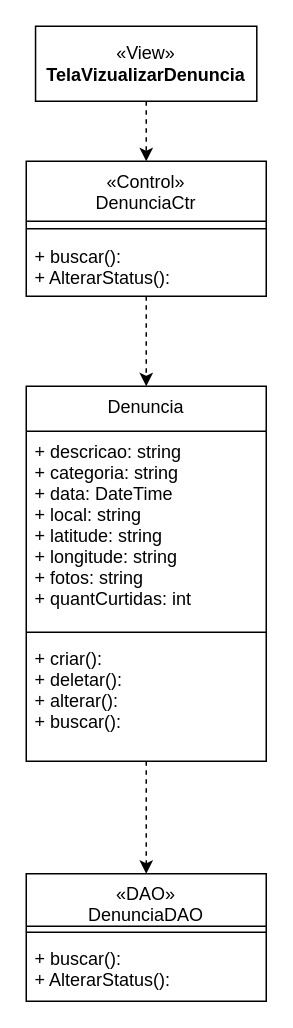
This is Documentação/Diagramas/Diagramas de Casos de Uso/Diagrama de Caso de Uso Alterar Status.drawio from frsouzaa/Documentacao-TCC-NossaVia, a draw.io file, before an edit. Source tidied: cells renumbered, new cells numbered last; positions are measured from the earlier drawing's top-left corner, leaving out a move shared by most shapes. Both pictures are drawn from the tidied source at 150%, with x=0, y=0 at pixel (26, 26).
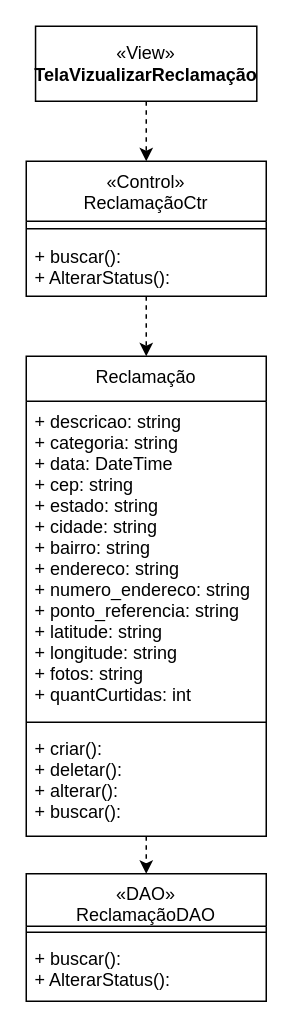
After the change.

What changed in the source:
```diff
@@
 <mxGraphModel>
   <root>
     <mxCell id="0" />
     <mxCell id="1" parent="0" />
-    <mxCell id="2" value="Denuncia" style="swimlane;fontStyle=0;align=center;verticalAlign=top;horizontal=1;startSize=30;rounded=0;shadow=0;strokeWidth=1;" parent="1" vertex="1">
-      <mxGeometry y="240" width="160" height="250" as="geometry" />
+    <mxCell id="2" value="Reclamação" style="swimlane;fontStyle=0;align=center;verticalAlign=top;horizontal=1;startSize=30;rounded=0;shadow=0;strokeWidth=1;" parent="1" vertex="1">
+      <mxGeometry y="220" width="160" height="320" as="geometry" />
     </mxCell>
-    <mxCell id="3" value="+ descricao: string&#10;+ categoria: string&#10;+ data: DateTime&#10;+ local: string&#10;+ latitude: string&#10;+ longitude: string&#10;+ fotos: string&#10;+ quantCurtidas: int" style="text;align=left;verticalAlign=top;spacingLeft=4;spacingRight=4;overflow=hidden;" parent="2" vertex="1">
-      <mxGeometry y="30" width="160" height="130" as="geometry" />
+    <mxCell id="3" value="+ descricao: string&#10;+ categoria: string&#10;+ data: DateTime&#10;+ cep: string&#10;+ estado: string&#10;+ cidade: string&#10;+ bairro: string&#10;+ endereco: string&#10;+ numero_endereco: string&#10;+ ponto_referencia: string&#10;+ latitude: string&#10;+ longitude: string&#10;+ fotos: string&#10;+ quantCurtidas: int" style="text;align=left;verticalAlign=top;spacingLeft=4;spacingRight=4;overflow=hidden;" parent="2" vertex="1">
+      <mxGeometry y="30" width="160" height="210" as="geometry" />
     </mxCell>
     <mxCell id="4" style="line;html=1;strokeWidth=1;align=left;verticalAlign=middle;spacingTop=-1;spacingLeft=3;spacingRight=3;labelPosition=right;" parent="2" vertex="1">
-      <mxGeometry y="160" width="160" height="8" as="geometry" />
+      <mxGeometry y="240" width="160" height="8" as="geometry" />
     </mxCell>
     <mxCell id="5" value="+ criar(): &#10;+ deletar(): &#10;+ alterar():&#10;+ buscar():&#10;" style="text;align=left;verticalAlign=top;spacingLeft=4;spacingRight=4;overflow=hidden;" parent="2" vertex="1">
-      <mxGeometry y="168" width="160" height="62" as="geometry" />
+      <mxGeometry y="248" width="160" height="62" as="geometry" />
     </mxCell>
     <mxCell id="6" style="edgeStyle=orthogonalEdgeStyle;rounded=0;jettySize=auto;html=1;exitX=0.5;exitY=1;exitDx=0;exitDy=0;entryX=0.5;entryY=0;entryDx=0;entryDy=0;dashed=1;" parent="1" edge="1" source="2" target="13">
       <mxGeometry relative="1" as="geometry" />
     </mxCell>
     <mxCell id="7" style="edgeStyle=orthogonalEdgeStyle;rounded=0;jettySize=auto;html=1;entryX=0.5;entryY=0;entryDx=0;entryDy=0;dashed=1;" parent="1" edge="1" source="8" target="10">
       <mxGeometry relative="1" as="geometry" />
     </mxCell>
-    <mxCell id="8" value="«View»&lt;br&gt;&lt;b&gt;TelaVizualizarDenuncia&lt;br&gt;&lt;/b&gt;" style="html=1;whiteSpace=wrap;" parent="1" vertex="1">
+    <mxCell id="8" value="«View»&lt;br&gt;&lt;b&gt;TelaVizualizarReclamação&lt;br&gt;&lt;/b&gt;" style="html=1;whiteSpace=wrap;" parent="1" vertex="1">
       <mxGeometry x="6.2" width="147.5" height="50" as="geometry" />
     </mxCell>
     <mxCell id="9" style="edgeStyle=orthogonalEdgeStyle;rounded=0;jettySize=auto;html=1;exitX=0.5;exitY=1;exitDx=0;exitDy=0;entryX=0.5;entryY=0;entryDx=0;entryDy=0;dashed=1;" parent="1" edge="1" source="10" target="2">
       <mxGeometry relative="1" as="geometry" />
     </mxCell>
-    <mxCell id="10" value="«Control»&#10;DenunciaCtr" style="swimlane;fontStyle=0;align=center;verticalAlign=top;horizontal=1;startSize=40;rounded=0;shadow=0;strokeWidth=1;" parent="1" vertex="1">
+    <mxCell id="10" value="«Control»&#10;ReclamaçãoCtr" style="swimlane;fontStyle=0;align=center;verticalAlign=top;horizontal=1;startSize=40;rounded=0;shadow=0;strokeWidth=1;" parent="1" vertex="1">
       <mxGeometry y="90" width="160" height="90" as="geometry" />
     </mxCell>
     <mxCell id="11" style="line;html=1;strokeWidth=1;align=left;verticalAlign=middle;spacingTop=-1;spacingLeft=3;spacingRight=3;labelPosition=right;" parent="10" vertex="1">
       <mxGeometry y="40" width="160" height="10" as="geometry" />
     </mxCell>
     <mxCell id="12" value="+ buscar():&#10;+ AlterarStatus():" style="text;align=left;verticalAlign=top;spacingLeft=4;spacingRight=4;overflow=hidden;" parent="10" vertex="1">
       <mxGeometry y="50" width="160" height="40" as="geometry" />
     </mxCell>
-    <mxCell id="13" value="«DAO»&#10;DenunciaDAO&#10;" style="swimlane;fontStyle=0;align=center;verticalAlign=top;horizontal=1;startSize=35;rounded=0;shadow=0;strokeWidth=1;" parent="1" vertex="1">
+    <mxCell id="13" value="«DAO»&#10;ReclamaçãoDAO&#10;" style="swimlane;fontStyle=0;align=center;verticalAlign=top;horizontal=1;startSize=35;rounded=0;shadow=0;strokeWidth=1;" parent="1" vertex="1">
       <mxGeometry y="565" width="160" height="85" as="geometry" />
     </mxCell>
     <mxCell id="14" style="line;html=1;strokeWidth=1;align=left;verticalAlign=middle;spacingTop=-1;spacingLeft=3;spacingRight=3;labelPosition=right;" parent="13" vertex="1">
       <mxGeometry y="35" width="160" height="8" as="geometry" />
     </mxCell>
     <mxCell id="15" value="+ buscar():&#10;+ AlterarStatus():" style="text;align=left;verticalAlign=top;spacingLeft=4;spacingRight=4;overflow=hidden;" parent="13" vertex="1">
       <mxGeometry y="43" width="160" height="37" as="geometry" />
     </mxCell>
   </root>
 </mxGraphModel>
```
